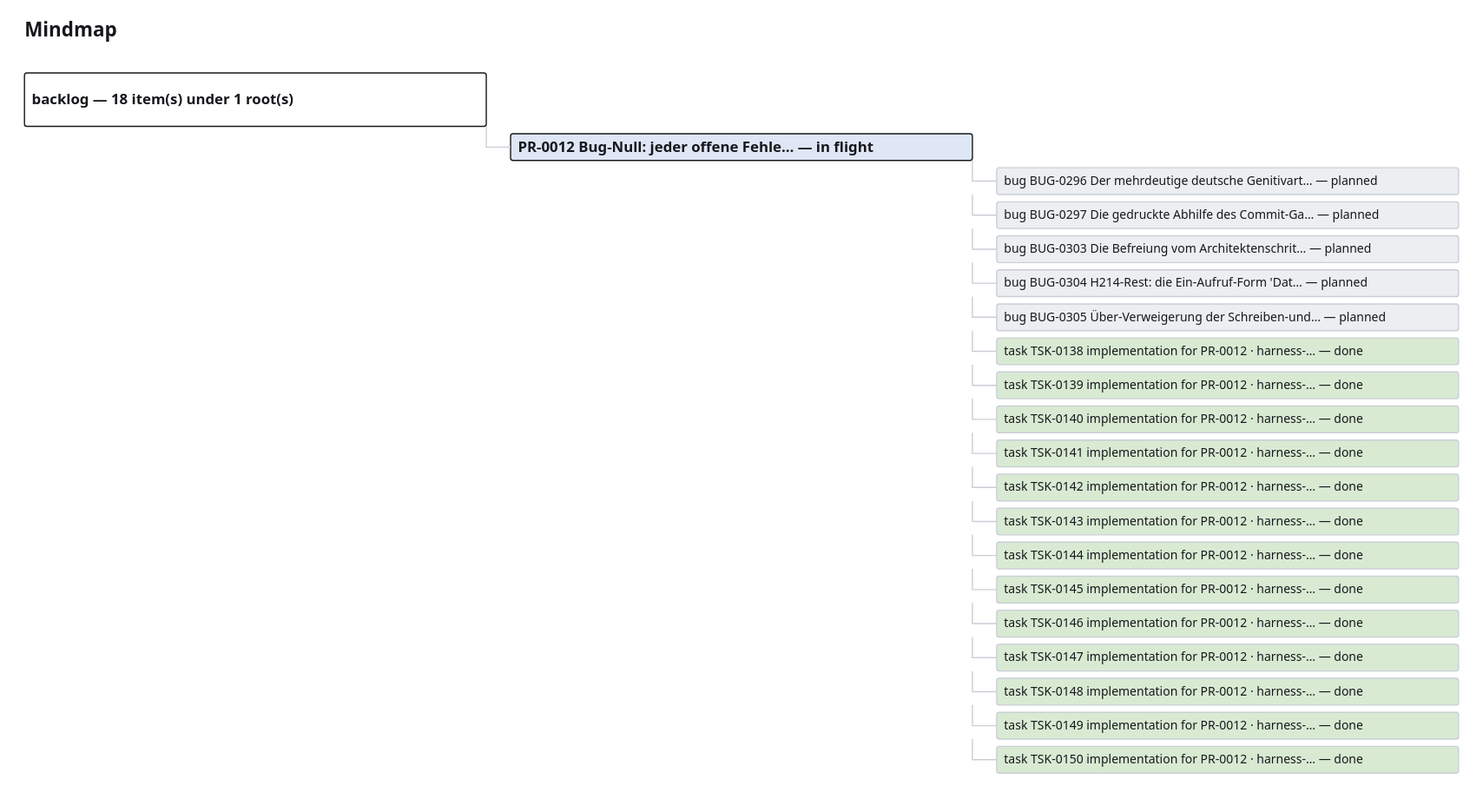
This is project_memory/generated/mindmap.drawio.svg from GiaZenX/harness, a draw.io export, as it was before one commit. Source tidied: cells renumbered, new cells last; positions are measured from the earlier drawing's top-left corner, leaving out a move shared by most shapes.
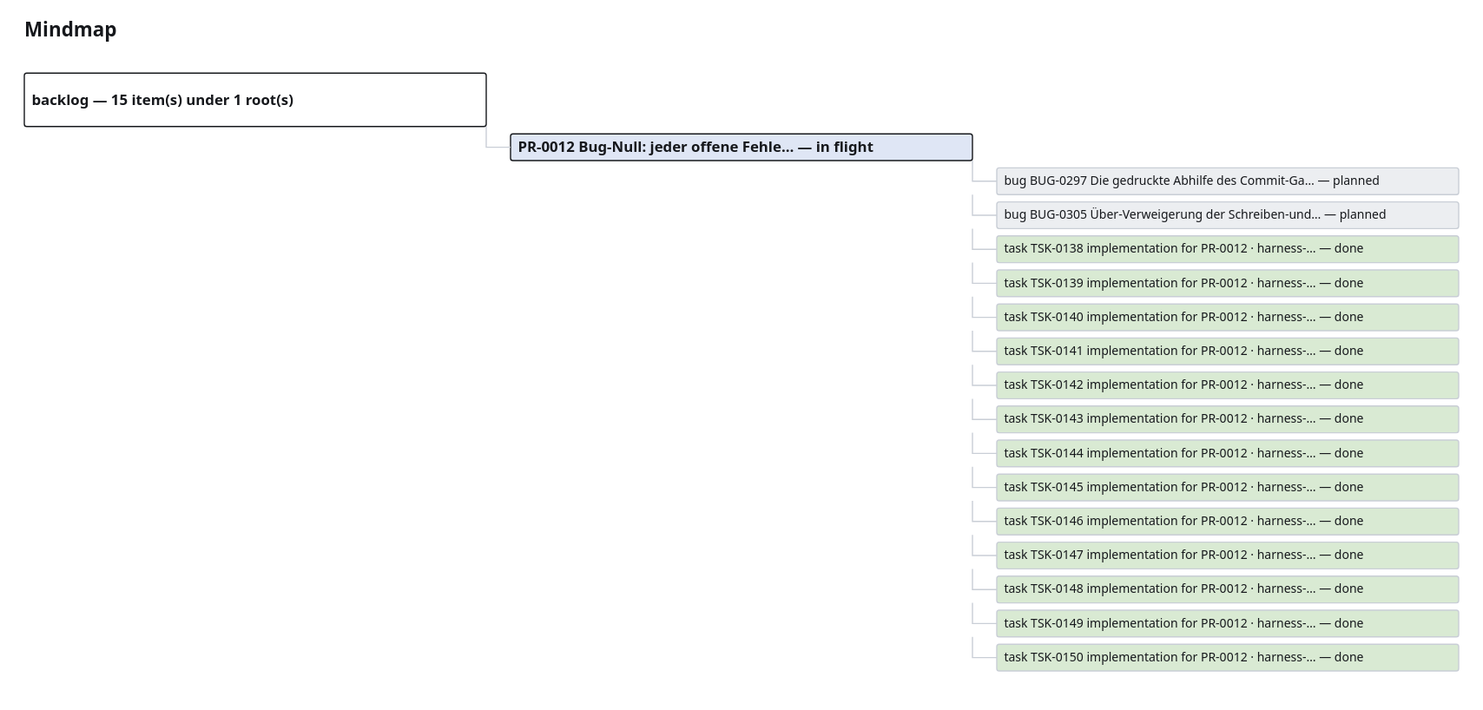
The same file after the commit.

What changed in the source:
```diff
@@ -5,7 +5,7 @@
     <mxCell id="2" value="Mindmap" style="text;html=1;fontSize=16;fontStyle=1;" parent="1" vertex="1">
       <mxGeometry width="300" height="20" as="geometry" />
     </mxCell>
-    <mxCell id="3" value="backlog — 18 item(s) under 1 root(s)" style="rounded=1;whiteSpace=wrap;html=1;fillColor=#ffffff;strokeColor=#16181c;fontSize=12;fontStyle=1;" parent="1" vertex="1">
+    <mxCell id="3" value="backlog — 15 item(s) under 1 root(s)" style="rounded=1;whiteSpace=wrap;html=1;fillColor=#ffffff;strokeColor=#16181c;fontSize=12;fontStyle=1;" parent="1" vertex="1">
       <mxGeometry y="44" width="380" height="44" as="geometry" />
     </mxCell>
     <mxCell id="4" value="PR-0012 Bug-Null: jeder offene Fehle… — in flight" style="rounded=1;whiteSpace=wrap;html=1;fillColor=#dfe6f5;strokeColor=#16181c;fontSize=12;fontStyle=1;" parent="1" vertex="1">
@@ -14,113 +14,95 @@
     <mxCell id="5" style="edgeStyle=orthogonalEdgeStyle;endArrow=none;strokeColor=#c9ced6;" parent="1" edge="1" source="3" target="4">
       <mxGeometry relative="1" as="geometry" />
     </mxCell>
-    <mxCell id="6" value="bug BUG-0296 Der mehrdeutige deutsche Genitivart… — planned" style="rounded=1;whiteSpace=wrap;html=1;fillColor=#eceef1;strokeColor=#c9ced6;fontSize=10;" parent="1" vertex="1">
+    <mxCell id="6" value="bug BUG-0297 Die gedruckte Abhilfe des Commit-Ga… — planned" style="rounded=1;whiteSpace=wrap;html=1;fillColor=#eceef1;strokeColor=#c9ced6;fontSize=10;" parent="1" vertex="1">
       <mxGeometry x="800" y="122" width="380" height="22" as="geometry" />
     </mxCell>
     <mxCell id="7" style="edgeStyle=orthogonalEdgeStyle;endArrow=none;strokeColor=#c9ced6;" parent="1" edge="1" source="4" target="6">
       <mxGeometry relative="1" as="geometry" />
     </mxCell>
-    <mxCell id="8" value="bug BUG-0297 Die gedruckte Abhilfe des Commit-Ga… — planned" style="rounded=1;whiteSpace=wrap;html=1;fillColor=#eceef1;strokeColor=#c9ced6;fontSize=10;" parent="1" vertex="1">
+    <mxCell id="8" value="bug BUG-0305 Über-Verweigerung der Schreiben-und… — planned" style="rounded=1;whiteSpace=wrap;html=1;fillColor=#eceef1;strokeColor=#c9ced6;fontSize=10;" parent="1" vertex="1">
       <mxGeometry x="800" y="150" width="380" height="22" as="geometry" />
     </mxCell>
     <mxCell id="9" style="edgeStyle=orthogonalEdgeStyle;endArrow=none;strokeColor=#c9ced6;" parent="1" edge="1" source="4" target="8">
       <mxGeometry relative="1" as="geometry" />
     </mxCell>
-    <mxCell id="10" value="bug BUG-0303 Die Befreiung vom Architektenschrit… — planned" style="rounded=1;whiteSpace=wrap;html=1;fillColor=#eceef1;strokeColor=#c9ced6;fontSize=10;" parent="1" vertex="1">
+    <mxCell id="10" value="task TSK-0138 implementation for PR-0012 · harness-… — done" style="rounded=1;whiteSpace=wrap;html=1;fillColor=#d9ead3;strokeColor=#c9ced6;fontSize=10;" parent="1" vertex="1">
       <mxGeometry x="800" y="178" width="380" height="22" as="geometry" />
     </mxCell>
     <mxCell id="11" style="edgeStyle=orthogonalEdgeStyle;endArrow=none;strokeColor=#c9ced6;" parent="1" edge="1" source="4" target="10">
       <mxGeometry relative="1" as="geometry" />
     </mxCell>
-    <mxCell id="12" value="bug BUG-0304 H214-Rest: die Ein-Aufruf-Form 'Dat… — planned" style="rounded=1;whiteSpace=wrap;html=1;fillColor=#eceef1;strokeColor=#c9ced6;fontSize=10;" parent="1" vertex="1">
+    <mxCell id="12" value="task TSK-0139 implementation for PR-0012 · harness-… — done" style="rounded=1;whiteSpace=wrap;html=1;fillColor=#d9ead3;strokeColor=#c9ced6;fontSize=10;" parent="1" vertex="1">
       <mxGeometry x="800" y="206" width="380" height="22" as="geometry" />
     </mxCell>
     <mxCell id="13" style="edgeStyle=orthogonalEdgeStyle;endArrow=none;strokeColor=#c9ced6;" parent="1" edge="1" source="4" target="12">
       <mxGeometry relative="1" as="geometry" />
     </mxCell>
-    <mxCell id="14" value="bug BUG-0305 Über-Verweigerung der Schreiben-und… — planned" style="rounded=1;whiteSpace=wrap;html=1;fillColor=#eceef1;strokeColor=#c9ced6;fontSize=10;" parent="1" vertex="1">
+    <mxCell id="14" value="task TSK-0140 implementation for PR-0012 · harness-… — done" style="rounded=1;whiteSpace=wrap;html=1;fillColor=#d9ead3;strokeColor=#c9ced6;fontSize=10;" parent="1" vertex="1">
       <mxGeometry x="800" y="234" width="380" height="22" as="geometry" />
     </mxCell>
     <mxCell id="15" style="edgeStyle=orthogonalEdgeStyle;endArrow=none;strokeColor=#c9ced6;" parent="1" edge="1" source="4" target="14">
       <mxGeometry relative="1" as="geometry" />
     </mxCell>
-    <mxCell id="16" value="task TSK-0138 implementation for PR-0012 · harness-… — done" style="rounded=1;whiteSpace=wrap;html=1;fillColor=#d9ead3;strokeColor=#c9ced6;fontSize=10;" parent="1" vertex="1">
+    <mxCell id="16" value="task TSK-0141 implementation for PR-0012 · harness-… — done" style="rounded=1;whiteSpace=wrap;html=1;fillColor=#d9ead3;strokeColor=#c9ced6;fontSize=10;" parent="1" vertex="1">
       <mxGeometry x="800" y="262" width="380" height="22" as="geometry" />
     </mxCell>
     <mxCell id="17" style="edgeStyle=orthogonalEdgeStyle;endArrow=none;strokeColor=#c9ced6;" parent="1" edge="1" source="4" target="16">
       <mxGeometry relative="1" as="geometry" />
     </mxCell>
-    <mxCell id="18" value="task TSK-0139 implementation for PR-0012 · harness-… — done" style="rounded=1;whiteSpace=wrap;html=1;fillColor=#d9ead3;strokeColor=#c9ced6;fontSize=10;" parent="1" vertex="1">
+    <mxCell id="18" value="task TSK-0142 implementation for PR-0012 · harness-… — done" style="rounded=1;whiteSpace=wrap;html=1;fillColor=#d9ead3;strokeColor=#c9ced6;fontSize=10;" parent="1" vertex="1">
       <mxGeometry x="800" y="290" width="380" height="22" as="geometry" />
     </mxCell>
     <mxCell id="19" style="edgeStyle=orthogonalEdgeStyle;endArrow=none;strokeColor=#c9ced6;" parent="1" edge="1" source="4" target="18">
       <mxGeometry relative="1" as="geometry" />
     </mxCell>
-    <mxCell id="20" value="task TSK-0140 implementation for PR-0012 · harness-… — done" style="rounded=1;whiteSpace=wrap;html=1;fillColor=#d9ead3;strokeColor=#c9ced6;fontSize=10;" parent="1" vertex="1">
+    <mxCell id="20" value="task TSK-0143 implementation for PR-0012 · harness-… — done" style="rounded=1;whiteSpace=wrap;html=1;fillColor=#d9ead3;strokeColor=#c9ced6;fontSize=10;" parent="1" vertex="1">
       <mxGeometry x="800" y="318" width="380" height="22" as="geometry" />
     </mxCell>
     <mxCell id="21" style="edgeStyle=orthogonalEdgeStyle;endArrow=none;strokeColor=#c9ced6;" parent="1" edge="1" source="4" target="20">
       <mxGeometry relative="1" as="geometry" />
     </mxCell>
-    <mxCell id="22" value="task TSK-0141 implementation for PR-0012 · harness-… — done" style="rounded=1;whiteSpace=wrap;html=1;fillColor=#d9ead3;strokeColor=#c9ced6;fontSize=10;" parent="1" vertex="1">
+    <mxCell id="22" value="task TSK-0144 implementation for PR-0012 · harness-… — done" style="rounded=1;whiteSpace=wrap;html=1;fillColor=#d9ead3;strokeColor=#c9ced6;fontSize=10;" parent="1" vertex="1">
       <mxGeometry x="800" y="346" width="380" height="22" as="geometry" />
     </mxCell>
     <mxCell id="23" style="edgeStyle=orthogonalEdgeStyle;endArrow=none;strokeColor=#c9ced6;" parent="1" edge="1" source="4" target="22">
       <mxGeometry relative="1" as="geometry" />
     </mxCell>
-    <mxCell id="24" value="task TSK-0142 implementation for PR-0012 · harness-… — done" style="rounded=1;whiteSpace=wrap;html=1;fillColor=#d9ead3;strokeColor=#c9ced6;fontSize=10;" parent="1" vertex="1">
+    <mxCell id="24" value="task TSK-0145 implementation for PR-0012 · harness-… — done" style="rounded=1;whiteSpace=wrap;html=1;fillColor=#d9ead3;strokeColor=#c9ced6;fontSize=10;" parent="1" vertex="1">
       <mxGeometry x="800" y="374" width="380" height="22" as="geometry" />
     </mxCell>
     <mxCell id="25" style="edgeStyle=orthogonalEdgeStyle;endArrow=none;strokeColor=#c9ced6;" parent="1" edge="1" source="4" target="24">
       <mxGeometry relative="1" as="geometry" />
     </mxCell>
-    <mxCell id="26" value="task TSK-0143 implementation for PR-0012 · harness-… — done" style="rounded=1;whiteSpace=wrap;html=1;fillColor=#d9ead3;strokeColor=#c9ced6;fontSize=10;" parent="1" vertex="1">
+    <mxCell id="26" value="task TSK-0146 implementation for PR-0012 · harness-… — done" style="rounded=1;whiteSpace=wrap;html=1;fillColor=#d9ead3;strokeColor=#c9ced6;fontSize=10;" parent="1" vertex="1">
       <mxGeometry x="800" y="402" width="380" height="22" as="geometry" />
     </mxCell>
     <mxCell id="27" style="edgeStyle=orthogonalEdgeStyle;endArrow=none;strokeColor=#c9ced6;" parent="1" edge="1" source="4" target="26">
       <mxGeometry relative="1" as="geometry" />
     </mxCell>
-    <mxCell id="28" value="task TSK-0144 implementation for PR-0012 · harness-… — done" style="rounded=1;whiteSpace=wrap;html=1;fillColor=#d9ead3;strokeColor=#c9ced6;fontSize=10;" parent="1" vertex="1">
+    <mxCell id="28" value="task TSK-0147 implementation for PR-0012 · harness-… — done" style="rounded=1;whiteSpace=wrap;html=1;fillColor=#d9ead3;strokeColor=#c9ced6;fontSize=10;" parent="1" vertex="1">
       <mxGeometry x="800" y="430" width="380" height="22" as="geometry" />
     </mxCell>
     <mxCell id="29" style="edgeStyle=orthogonalEdgeStyle;endArrow=none;strokeColor=#c9ced6;" parent="1" edge="1" source="4" target="28">
       <mxGeometry relative="1" as="geometry" />
     </mxCell>
-    <mxCell id="30" value="task TSK-0145 implementation for PR-0012 · harness-… — done" style="rounded=1;whiteSpace=wrap;html=1;fillColor=#d9ead3;strokeColor=#c9ced6;fontSize=10;" parent="1" vertex="1">
+    <mxCell id="30" value="task TSK-0148 implementation for PR-0012 · harness-… — done" style="rounded=1;whiteSpace=wrap;html=1;fillColor=#d9ead3;strokeColor=#c9ced6;fontSize=10;" parent="1" vertex="1">
       <mxGeometry x="800" y="458" width="380" height="22" as="geometry" />
     </mxCell>
     <mxCell id="31" style="edgeStyle=orthogonalEdgeStyle;endArrow=none;strokeColor=#c9ced6;" parent="1" edge="1" source="4" target="30">
       <mxGeometry relative="1" as="geometry" />
     </mxCell>
-    <mxCell id="32" value="task TSK-0146 implementation for PR-0012 · harness-… — done" style="rounded=1;whiteSpace=wrap;html=1;fillColor=#d9ead3;strokeColor=#c9ced6;fontSize=10;" parent="1" vertex="1">
+    <mxCell id="32" value="task TSK-0149 implementation for PR-0012 · harness-… — done" style="rounded=1;whiteSpace=wrap;html=1;fillColor=#d9ead3;strokeColor=#c9ced6;fontSize=10;" parent="1" vertex="1">
       <mxGeometry x="800" y="486" width="380" height="22" as="geometry" />
     </mxCell>
     <mxCell id="33" style="edgeStyle=orthogonalEdgeStyle;endArrow=none;strokeColor=#c9ced6;" parent="1" edge="1" source="4" target="32">
       <mxGeometry relative="1" as="geometry" />
     </mxCell>
-    <mxCell id="34" value="task TSK-0147 implementation for PR-0012 · harness-… — done" style="rounded=1;whiteSpace=wrap;html=1;fillColor=#d9ead3;strokeColor=#c9ced6;fontSize=10;" parent="1" vertex="1">
+    <mxCell id="34" value="task TSK-0150 implementation for PR-0012 · harness-… — done" style="rounded=1;whiteSpace=wrap;html=1;fillColor=#d9ead3;strokeColor=#c9ced6;fontSize=10;" parent="1" vertex="1">
       <mxGeometry x="800" y="514" width="380" height="22" as="geometry" />
     </mxCell>
     <mxCell id="35" style="edgeStyle=orthogonalEdgeStyle;endArrow=none;strokeColor=#c9ced6;" parent="1" edge="1" source="4" target="34">
       <mxGeometry relative="1" as="geometry" />
     </mxCell>
-    <mxCell id="36" value="task TSK-0148 implementation for PR-0012 · harness-… — done" style="rounded=1;whiteSpace=wrap;html=1;fillColor=#d9ead3;strokeColor=#c9ced6;fontSize=10;" parent="1" vertex="1">
-      <mxGeometry x="800" y="542" width="380" height="22" as="geometry" />
-    </mxCell>
-    <mxCell id="37" style="edgeStyle=orthogonalEdgeStyle;endArrow=none;strokeColor=#c9ced6;" parent="1" edge="1" source="4" target="36">
-      <mxGeometry relative="1" as="geometry" />
-    </mxCell>
-    <mxCell id="38" value="task TSK-0149 implementation for PR-0012 · harness-… — done" style="rounded=1;whiteSpace=wrap;html=1;fillColor=#d9ead3;strokeColor=#c9ced6;fontSize=10;" parent="1" vertex="1">
-      <mxGeometry x="800" y="570" width="380" height="22" as="geometry" />
-    </mxCell>
-    <mxCell id="39" style="edgeStyle=orthogonalEdgeStyle;endArrow=none;strokeColor=#c9ced6;" parent="1" edge="1" source="4" target="38">
-      <mxGeometry relative="1" as="geometry" />
-    </mxCell>
-    <mxCell id="40" value="task TSK-0150 implementation for PR-0012 · harness-… — done" style="rounded=1;whiteSpace=wrap;html=1;fillColor=#d9ead3;strokeColor=#c9ced6;fontSize=10;" parent="1" vertex="1">
-      <mxGeometry x="800" y="598" width="380" height="22" as="geometry" />
-    </mxCell>
-    <mxCell id="41" style="edgeStyle=orthogonalEdgeStyle;endArrow=none;strokeColor=#c9ced6;" parent="1" edge="1" source="4" target="40">
-      <mxGeometry relative="1" as="geometry" />
-    </mxCell>
   </root>
 </mxGraphModel>
```
